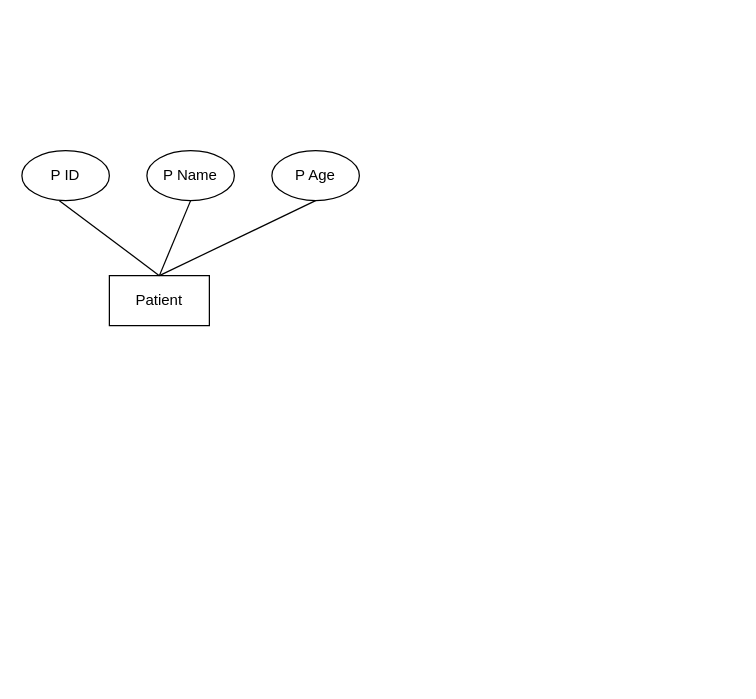
Earlier version of the draw.io diagram Untitled Diagram.drawio (DeathSaw/FE-C-39). Source tidied: cells renumbered, new cells numbered last; positions are measured from the earlier drawing's top-left corner, leaving out a move shared by most shapes. Both pictures are drawn from the tidied source at 125%, with x=0, y=0 at pixel (21, 150).
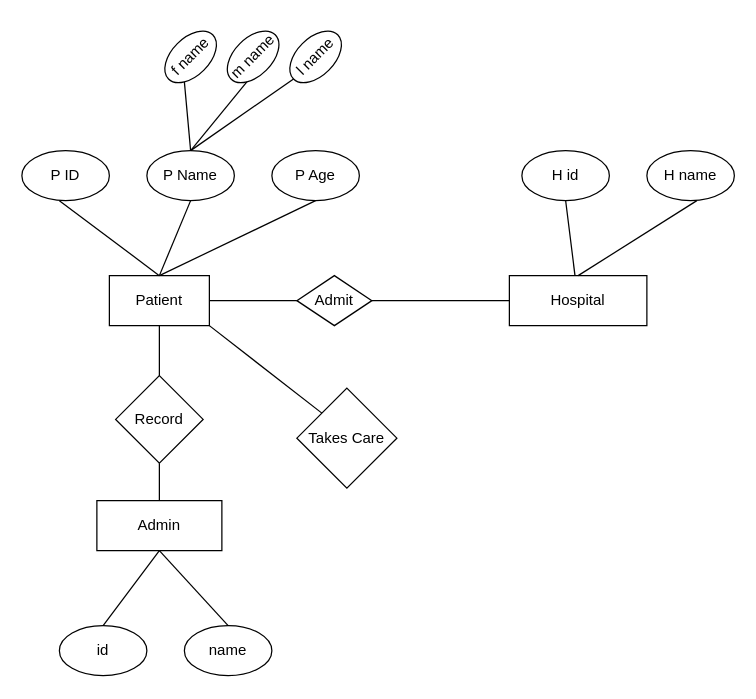
After the change.

The change refers to these unchanged cells:
```xml
<mxCell id="2" value="Patient" style="rounded=0;whiteSpace=wrap;html=1;" parent="1" vertex="1">
  <mxGeometry x="70" y="100" width="80" height="40" as="geometry" />
</mxCell>
<mxCell id="4" value="P Name" style="ellipse;whiteSpace=wrap;html=1;" parent="1" vertex="1">
  <mxGeometry x="100" width="70" height="40" as="geometry" />
</mxCell>
```

Diff of the diagram source:
```diff
@@
+    <mxCell id="9" value="l name" style="ellipse;whiteSpace=wrap;html=1;rotation=-45;" parent="1" vertex="1">
+      <mxGeometry x="210" y="-90" width="50" height="30" as="geometry" />
+    </mxCell>
+    <mxCell id="10" value="m name" style="ellipse;whiteSpace=wrap;html=1;rotation=-45;" parent="1" vertex="1">
+      <mxGeometry x="160" y="-90" width="50" height="30" as="geometry" />
+    </mxCell>
+    <mxCell id="11" value="f name" style="ellipse;whiteSpace=wrap;html=1;rotation=-45;" parent="1" vertex="1">
+      <mxGeometry x="110" y="-90" width="50" height="30" as="geometry" />
+    </mxCell>
+    <mxCell id="12" value="Admit" style="rhombus;whiteSpace=wrap;html=1;" parent="1" vertex="1">
+      <mxGeometry x="220" y="100" width="60" height="40" as="geometry" />
+    </mxCell>
+    <mxCell id="13" style="endArrow=none;html=1;rounded=0;entryX=0;entryY=1;entryDx=0;entryDy=0;exitX=0.5;exitY=0;exitDx=0;exitDy=0;" parent="1" edge="1" source="4" target="11">
+      <mxGeometry relative="1" as="geometry" />
+    </mxCell>
+    <mxCell id="14" style="endArrow=none;html=1;rounded=0;entryX=0;entryY=0.5;entryDx=0;entryDy=0;exitX=0.5;exitY=0;exitDx=0;exitDy=0;" parent="1" edge="1" source="4" target="9">
+      <mxGeometry relative="1" as="geometry" />
+    </mxCell>
+    <mxCell id="15" style="endArrow=none;html=1;rounded=0;entryX=0;entryY=1;entryDx=0;entryDy=0;exitX=0.5;exitY=0;exitDx=0;exitDy=0;" parent="1" edge="1" source="4" target="10">
+      <mxGeometry relative="1" as="geometry" />
+    </mxCell>
+    <mxCell id="16" value="Hospital" style="rounded=0;whiteSpace=wrap;html=1;" parent="1" vertex="1">
+      <mxGeometry x="390" y="100" width="110" height="40" as="geometry" />
+    </mxCell>
+    <mxCell id="17" value="H id" style="ellipse;whiteSpace=wrap;html=1;" parent="1" vertex="1">
+      <mxGeometry x="400" width="70" height="40" as="geometry" />
+    </mxCell>
+    <mxCell id="18" value="H name" style="ellipse;whiteSpace=wrap;html=1;" parent="1" vertex="1">
+      <mxGeometry x="500" width="70" height="40" as="geometry" />
+    </mxCell>
+    <mxCell id="19" style="endArrow=none;html=1;rounded=0;entryX=0.5;entryY=1;entryDx=0;entryDy=0;" parent="1" edge="1" source="16" target="17">
+      <mxGeometry relative="1" as="geometry" />
+    </mxCell>
+    <mxCell id="20" style="endArrow=none;html=1;rounded=0;exitX=0.5;exitY=0;exitDx=0;exitDy=0;" parent="1" edge="1" source="16">
+      <mxGeometry relative="1" as="geometry">
+        <mxPoint x="540" y="40" as="targetPoint" />
+      </mxGeometry>
+    </mxCell>
+    <mxCell id="21" style="endArrow=none;html=1;rounded=0;exitX=1;exitY=0.5;exitDx=0;exitDy=0;entryX=0;entryY=0.5;entryDx=0;entryDy=0;" parent="1" edge="1" source="12" target="16">
+      <mxGeometry relative="1" as="geometry" />
+    </mxCell>
+    <mxCell id="22" style="endArrow=none;html=1;rounded=0;exitX=1;exitY=0.5;exitDx=0;exitDy=0;entryX=0;entryY=0.5;entryDx=0;entryDy=0;" parent="1" edge="1" source="2" target="12">
+      <mxGeometry relative="1" as="geometry" />
+    </mxCell>
+    <mxCell id="23" value="Record" style="rhombus;whiteSpace=wrap;html=1;" parent="1" vertex="1">
+      <mxGeometry x="75" y="180" width="70" height="70" as="geometry" />
+    </mxCell>
+    <mxCell id="24" style="endArrow=none;html=1;rounded=0;exitX=0.5;exitY=0;exitDx=0;exitDy=0;entryX=0.5;entryY=1;entryDx=0;entryDy=0;" parent="1" edge="1" source="23" target="2">
+      <mxGeometry relative="1" as="geometry" />
+    </mxCell>
+    <mxCell id="25" value="Admin" style="rounded=0;whiteSpace=wrap;html=1;" parent="1" vertex="1">
+      <mxGeometry x="60" y="280" width="100" height="40" as="geometry" />
+    </mxCell>
+    <mxCell id="26" style="endArrow=none;html=1;rounded=0;exitX=0.5;exitY=0;exitDx=0;exitDy=0;" parent="1" edge="1" source="25">
+      <mxGeometry relative="1" as="geometry">
+        <mxPoint x="110" y="250" as="targetPoint" />
+      </mxGeometry>
+    </mxCell>
+    <mxCell id="27" value="name" style="ellipse;whiteSpace=wrap;html=1;" parent="1" vertex="1">
+      <mxGeometry x="130" y="380" width="70" height="40" as="geometry" />
+    </mxCell>
+    <mxCell id="28" value="id" style="ellipse;whiteSpace=wrap;html=1;" parent="1" vertex="1">
+      <mxGeometry x="30" y="380" width="70" height="40" as="geometry" />
+    </mxCell>
+    <mxCell id="29" style="endArrow=none;html=1;rounded=0;entryX=0.5;entryY=0;entryDx=0;entryDy=0;exitX=0.5;exitY=1;exitDx=0;exitDy=0;" parent="1" edge="1" source="25" target="27">
+      <mxGeometry relative="1" as="geometry" />
+    </mxCell>
+    <mxCell id="30" style="endArrow=none;html=1;rounded=0;exitX=0.5;exitY=0;exitDx=0;exitDy=0;entryX=0.5;entryY=1;entryDx=0;entryDy=0;" parent="1" edge="1" source="28" target="25">
+      <mxGeometry relative="1" as="geometry" />
+    </mxCell>
+    <mxCell id="31" value="Takes Care" style="rhombus;whiteSpace=wrap;html=1;rotation=0;" parent="1" vertex="1">
+      <mxGeometry x="220" y="190" width="80" height="80" as="geometry" />
+    </mxCell>
+    <mxCell id="32" style="endArrow=none;html=1;rounded=0;entryX=1;entryY=1;entryDx=0;entryDy=0;exitX=0;exitY=0;exitDx=0;exitDy=0;" parent="1" edge="1" source="31" target="2">
+      <mxGeometry relative="1" as="geometry" />
+    </mxCell>
```
